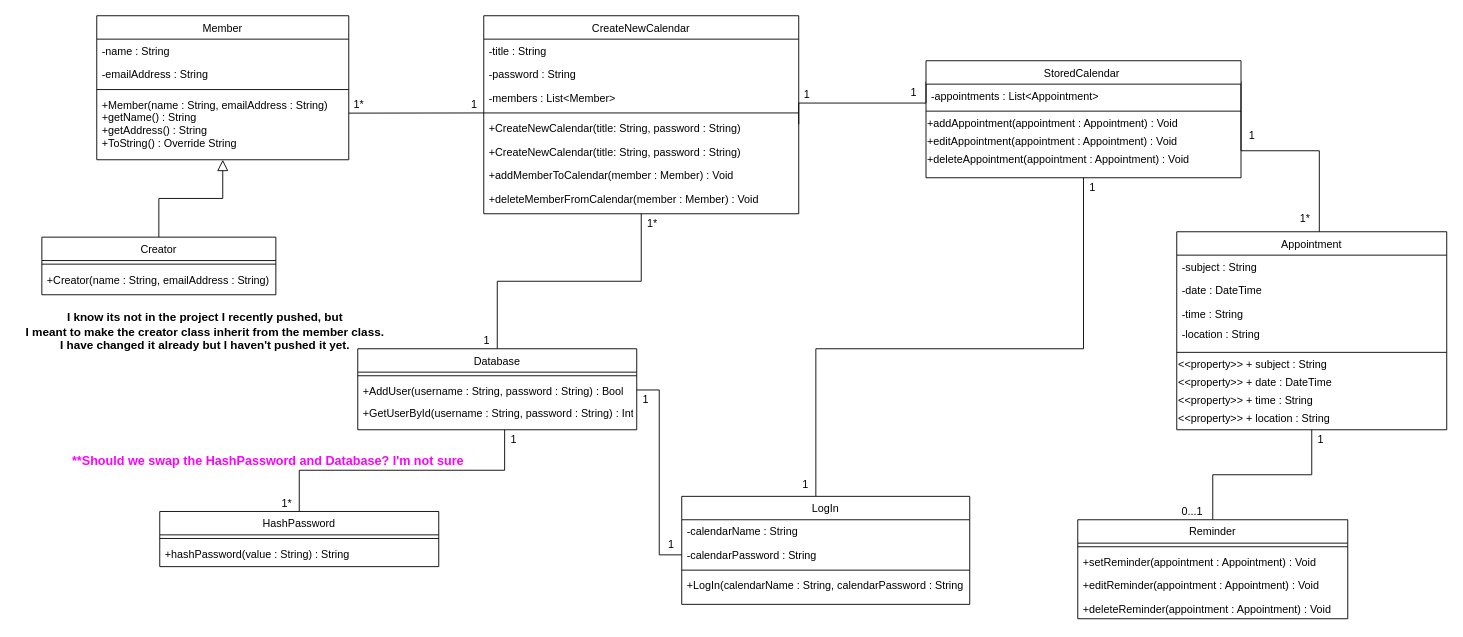
Above: Documents/ClassDiagram.drawio in dhernandez11/4600Project (draw.io), before the change. Source tidied: cells renumbered, new cells numbered last; positions are measured from the earlier drawing's top-left corner, leaving out a move shared by most shapes. Both pictures are drawn from the tidied source at 90%, with x=0, y=0 at pixel (15, 15).
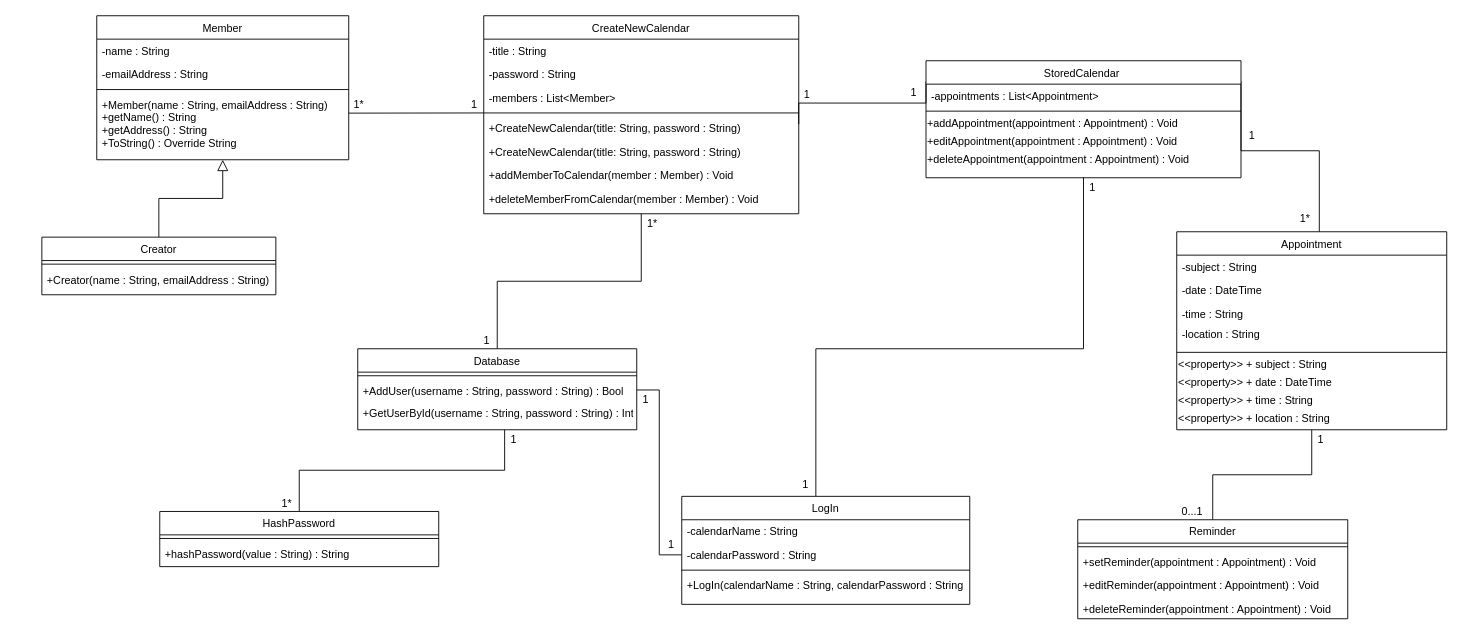
The same page after the edit.

What changed in the source:
```diff
@@
-    <mxCell id="27" value="&lt;b&gt;&lt;font color=&quot;#ff00ff&quot; style=&quot;font-size: 14px&quot;&gt;**Should we swap the HashPassword and Database? I'm not sure&lt;/font&gt;&lt;/b&gt;" style="text;html=1;align=center;verticalAlign=middle;" parent="1" vertex="1">
-      <mxGeometry x="55" y="485" width="450" height="20" as="geometry" />
-    </mxCell>
@@
-    <mxCell id="34" value="&lt;b style=&quot;font-size: 13px&quot;&gt;I know its not in the project I recently pushed, but &lt;br&gt;I meant to make the creator class inherit from the member class. &lt;br&gt;I have changed it already but I haven't pushed it yet.&lt;/b&gt;" style="text;html=1;align=center;verticalAlign=middle;" parent="1" vertex="1">
-      <mxGeometry y="326" width="420" height="50" as="geometry" />
-    </mxCell>
```
